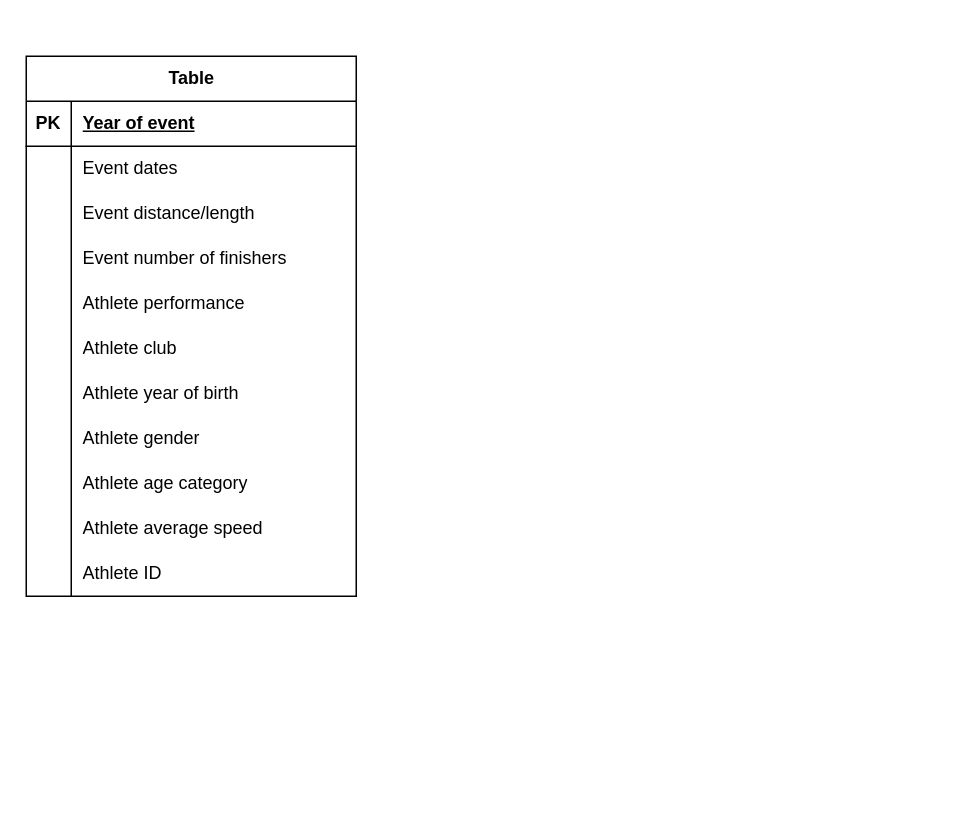
Before: model/Untitled Diagram.drawio in kayikalvin/Ultra_Marathon_USA_Analysis, a draw.io diagram. Source tidied: cells renumbered, new cells numbered last; positions are measured from the earlier drawing's top-left corner, leaving out a move shared by most shapes. Both pictures are drawn from the tidied source at 150%, with x=0, y=0 at pixel (26, 56).
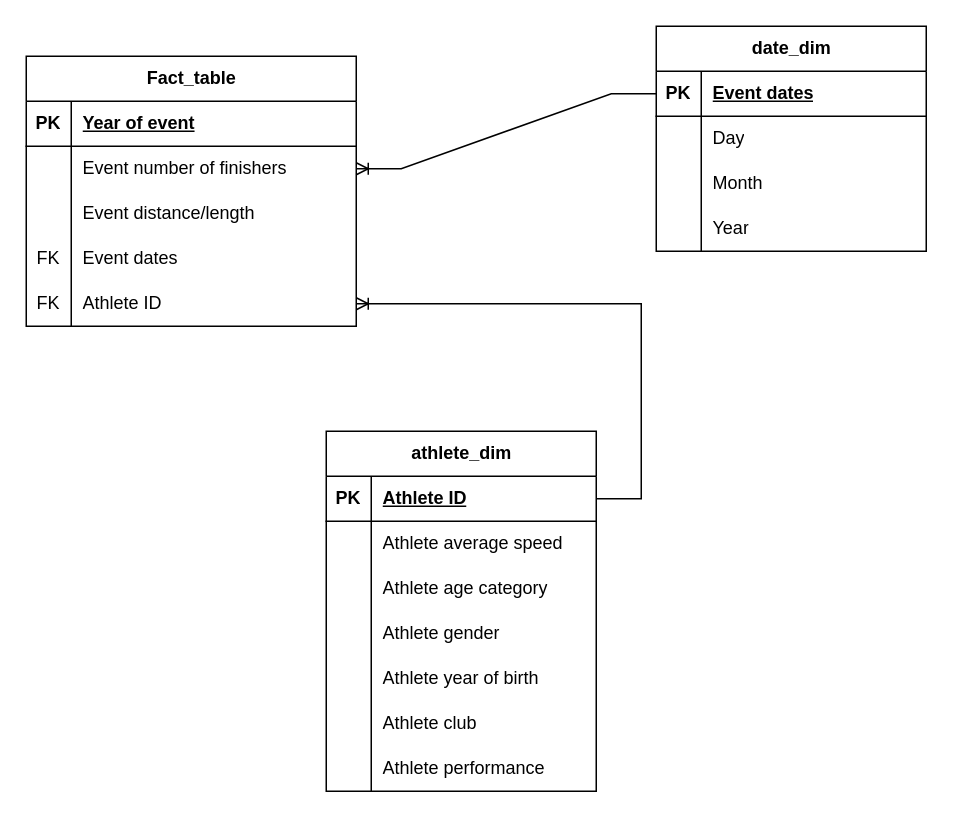
After the change.

Unchanged cells that the change refers to:
```xml
<mxCell id="6" style="shape=tableRow;horizontal=0;startSize=0;swimlaneHead=0;swimlaneBody=0;fillColor=none;points=[[0,0.5],[1,0.5]];portConstraint=eastwest;top=0;left=0;right=0;bottom=0;" parent="2" vertex="1">
  <mxGeometry y="60" width="220" height="30" as="geometry" />
</mxCell>
<mxCell id="12" style="shape=tableRow;horizontal=0;startSize=0;swimlaneHead=0;swimlaneBody=0;fillColor=none;top=0;left=0;right=0;bottom=0;" parent="2" vertex="1">
  <mxGeometry y="120" width="220" height="30" as="geometry" />
</mxCell>
```

Change to the diagram source:
```diff
@@
-    <mxCell id="2" value="Table" style="shape=table;startSize=30;childLayout=tableLayout;rowLines=0;fontStyle=1;align=center;html=1;" parent="1" vertex="1">
-      <mxGeometry width="220" height="360" as="geometry" />
+    <mxCell id="2" value="Fact_table" style="shape=table;startSize=30;childLayout=tableLayout;rowLines=0;fontStyle=1;align=center;html=1;" parent="1" vertex="1">
+      <mxGeometry width="220" height="180" as="geometry" />
     </mxCell>
@@
-    <mxCell id="8" value="Event dates" style="shape=partialRectangle;fillColor=none;top=0;left=0;bottom=0;right=0;align=left;spacingLeft=6;overflow=hidden;whiteSpace=wrap;html=1;" parent="6" vertex="1">
+    <mxCell id="8" value="Event number of finishers" style="shape=partialRectangle;fillColor=none;top=0;left=0;bottom=0;right=0;align=left;spacingLeft=6;overflow=hidden;whiteSpace=wrap;html=1;" parent="6" vertex="1">
       <mxGeometry x="30" width="190" height="30" as="geometry" />
     </mxCell>
@@
-    <mxCell id="13" style="shape=partialRectangle;fillColor=none;top=0;left=0;bottom=0;right=0;overflow=hidden;whiteSpace=wrap;html=1;" parent="12" vertex="1">
+    <mxCell id="13" value="FK" style="shape=partialRectangle;fillColor=none;top=0;left=0;bottom=0;right=0;overflow=hidden;whiteSpace=wrap;html=1;" parent="12" vertex="1">
       <mxGeometry width="30" height="30" as="geometry" />
     </mxCell>
-    <mxCell id="14" value="Event number of finishers" style="shape=partialRectangle;fillColor=none;top=0;left=0;bottom=0;right=0;align=left;spacingLeft=6;overflow=hidden;whiteSpace=wrap;html=1;" parent="12" vertex="1">
+    <mxCell id="14" value="Event dates" style="shape=partialRectangle;fillColor=none;top=0;left=0;bottom=0;right=0;align=left;spacingLeft=6;overflow=hidden;whiteSpace=wrap;html=1;" parent="12" vertex="1">
       <mxGeometry x="30" width="190" height="30" as="geometry" />
     </mxCell>
-    <mxCell id="15" style="shape=tableRow;horizontal=0;startSize=0;swimlaneHead=0;swimlaneBody=0;fillColor=none;top=0;left=0;right=0;bottom=0;" parent="2" vertex="1">
-      <mxGeometry y="150" width="220" height="30" as="geometry" />
-    </mxCell>
-    <mxCell id="16" style="shape=partialRectangle;fillColor=none;top=0;left=0;bottom=0;right=0;overflow=hidden;whiteSpace=wrap;html=1;" parent="15" vertex="1">
-      <mxGeometry width="30" height="30" as="geometry" />
-    </mxCell>
-    <mxCell id="17" value="Athlete performance" style="shape=partialRectangle;fillColor=none;top=0;left=0;bottom=0;right=0;align=left;spacingLeft=6;overflow=hidden;whiteSpace=wrap;html=1;" parent="15" vertex="1">
-      <mxGeometry x="30" width="190" height="30" as="geometry" />
-    </mxCell>
-    <mxCell id="18" style="shape=tableRow;horizontal=0;startSize=0;swimlaneHead=0;swimlaneBody=0;fillColor=none;top=0;left=0;right=0;bottom=0;" parent="2" vertex="1">
-      <mxGeometry y="180" width="220" height="30" as="geometry" />
-    </mxCell>
-    <mxCell id="19" style="shape=partialRectangle;fillColor=none;top=0;left=0;bottom=0;right=0;overflow=hidden;whiteSpace=wrap;html=1;" parent="18" vertex="1">
-      <mxGeometry width="30" height="30" as="geometry" />
-    </mxCell>
-    <mxCell id="20" value="Athlete club" style="shape=partialRectangle;fillColor=none;top=0;left=0;bottom=0;right=0;align=left;spacingLeft=6;overflow=hidden;whiteSpace=wrap;html=1;" parent="18" vertex="1">
-      <mxGeometry x="30" width="190" height="30" as="geometry" />
-    </mxCell>
-    <mxCell id="21" style="shape=tableRow;horizontal=0;startSize=0;swimlaneHead=0;swimlaneBody=0;fillColor=none;top=0;left=0;right=0;bottom=0;" parent="2" vertex="1">
-      <mxGeometry y="210" width="220" height="30" as="geometry" />
-    </mxCell>
-    <mxCell id="22" style="shape=partialRectangle;fillColor=none;top=0;left=0;bottom=0;right=0;overflow=hidden;whiteSpace=wrap;html=1;" parent="21" vertex="1">
-      <mxGeometry width="30" height="30" as="geometry" />
-    </mxCell>
-    <mxCell id="23" value="Athlete year of birth" style="shape=partialRectangle;fillColor=none;top=0;left=0;bottom=0;right=0;align=left;spacingLeft=6;overflow=hidden;whiteSpace=wrap;html=1;" parent="21" vertex="1">
-      <mxGeometry x="30" width="190" height="30" as="geometry" />
-    </mxCell>
-    <mxCell id="24" style="shape=tableRow;horizontal=0;startSize=0;swimlaneHead=0;swimlaneBody=0;fillColor=none;top=0;left=0;right=0;bottom=0;" parent="2" vertex="1">
-      <mxGeometry y="240" width="220" height="30" as="geometry" />
-    </mxCell>
-    <mxCell id="25" style="shape=partialRectangle;fillColor=none;top=0;left=0;bottom=0;right=0;overflow=hidden;whiteSpace=wrap;html=1;" parent="24" vertex="1">
-      <mxGeometry width="30" height="30" as="geometry" />
-    </mxCell>
-    <mxCell id="26" value="Athlete gender" style="shape=partialRectangle;fillColor=none;top=0;left=0;bottom=0;right=0;align=left;spacingLeft=6;overflow=hidden;whiteSpace=wrap;html=1;" parent="24" vertex="1">
-      <mxGeometry x="30" width="190" height="30" as="geometry" />
-    </mxCell>
-    <mxCell id="27" style="shape=tableRow;horizontal=0;startSize=0;swimlaneHead=0;swimlaneBody=0;fillColor=none;top=0;left=0;right=0;bottom=0;" parent="2" vertex="1">
-      <mxGeometry y="270" width="220" height="30" as="geometry" />
-    </mxCell>
-    <mxCell id="28" style="shape=partialRectangle;fillColor=none;top=0;left=0;bottom=0;right=0;overflow=hidden;whiteSpace=wrap;html=1;" parent="27" vertex="1">
-      <mxGeometry width="30" height="30" as="geometry" />
-    </mxCell>
-    <mxCell id="29" value="Athlete age category" style="shape=partialRectangle;fillColor=none;top=0;left=0;bottom=0;right=0;align=left;spacingLeft=6;overflow=hidden;whiteSpace=wrap;html=1;" parent="27" vertex="1">
-      <mxGeometry x="30" width="190" height="30" as="geometry" />
-    </mxCell>
-    <mxCell id="30" style="shape=tableRow;horizontal=0;startSize=0;swimlaneHead=0;swimlaneBody=0;fillColor=none;top=0;left=0;right=0;bottom=0;" parent="2" vertex="1">
-      <mxGeometry y="300" width="220" height="30" as="geometry" />
-    </mxCell>
-    <mxCell id="31" style="shape=partialRectangle;fillColor=none;top=0;left=0;bottom=0;right=0;overflow=hidden;whiteSpace=wrap;html=1;" parent="30" vertex="1">
-      <mxGeometry width="30" height="30" as="geometry" />
-    </mxCell>
-    <mxCell id="32" value="Athlete average speed" style="shape=partialRectangle;fillColor=none;top=0;left=0;bottom=0;right=0;align=left;spacingLeft=6;overflow=hidden;whiteSpace=wrap;html=1;" parent="30" vertex="1">
-      <mxGeometry x="30" width="190" height="30" as="geometry" />
-    </mxCell>
     <mxCell id="33" style="shape=tableRow;horizontal=0;startSize=0;swimlaneHead=0;swimlaneBody=0;fillColor=none;points=[[0,0.5],[1,0.5]];portConstraint=eastwest;top=0;left=0;right=0;bottom=0;" parent="2" vertex="1">
-      <mxGeometry y="330" width="220" height="30" as="geometry" />
+      <mxGeometry y="150" width="220" height="30" as="geometry" />
     </mxCell>
-    <mxCell id="34" style="shape=partialRectangle;fillColor=none;top=0;left=0;bottom=0;right=0;overflow=hidden;whiteSpace=wrap;html=1;" parent="33" vertex="1">
+    <mxCell id="34" value="FK" style="shape=partialRectangle;fillColor=none;top=0;left=0;bottom=0;right=0;overflow=hidden;whiteSpace=wrap;html=1;" parent="33" vertex="1">
       <mxGeometry width="30" height="30" as="geometry" />
     </mxCell>
@@
+    <mxCell id="36" value="athlete_dim" style="shape=table;startSize=30;childLayout=tableLayout;rowLines=0;fontStyle=1;align=center;html=1;" parent="1" vertex="1">
+      <mxGeometry x="200" y="250" width="180" height="240" as="geometry" />
+    </mxCell>
+    <mxCell id="37" style="shape=tableRow;horizontal=0;startSize=0;swimlaneHead=0;swimlaneBody=0;fillColor=none;points=[[0,0.5],[1,0.5]];portConstraint=eastwest;top=0;left=0;right=0;bottom=1;" parent="36" vertex="1">
+      <mxGeometry y="30" width="180" height="30" as="geometry" />
+    </mxCell>
+    <mxCell id="38" value="PK" style="shape=partialRectangle;fillColor=none;top=0;left=0;bottom=0;right=0;fontStyle=1;overflow=hidden;whiteSpace=wrap;html=1;" parent="37" vertex="1">
+      <mxGeometry width="30" height="30" as="geometry" />
+    </mxCell>
+    <mxCell id="39" value="Athlete ID" style="shape=partialRectangle;fillColor=none;top=0;left=0;bottom=0;right=0;align=left;spacingLeft=6;fontStyle=5;overflow=hidden;whiteSpace=wrap;html=1;" parent="37" vertex="1">
+      <mxGeometry x="30" width="150" height="30" as="geometry" />
+    </mxCell>
+    <mxCell id="40" style="shape=tableRow;horizontal=0;startSize=0;swimlaneHead=0;swimlaneBody=0;fillColor=none;top=0;left=0;right=0;bottom=0;" parent="36" vertex="1">
+      <mxGeometry y="60" width="180" height="30" as="geometry" />
+    </mxCell>
+    <mxCell id="41" style="shape=partialRectangle;fillColor=none;top=0;left=0;bottom=0;right=0;overflow=hidden;whiteSpace=wrap;html=1;" parent="40" vertex="1">
+      <mxGeometry width="30" height="30" as="geometry" />
+    </mxCell>
+    <mxCell id="32" value="Athlete average speed" style="shape=partialRectangle;fillColor=none;top=0;left=0;bottom=0;right=0;align=left;spacingLeft=6;overflow=hidden;whiteSpace=wrap;html=1;" parent="40" vertex="1">
+      <mxGeometry x="30" width="150" height="30" as="geometry" />
+    </mxCell>
+    <mxCell id="42" style="shape=tableRow;horizontal=0;startSize=0;swimlaneHead=0;swimlaneBody=0;fillColor=none;top=0;left=0;right=0;bottom=0;" parent="36" vertex="1">
+      <mxGeometry y="90" width="180" height="30" as="geometry" />
+    </mxCell>
+    <mxCell id="43" style="shape=partialRectangle;fillColor=none;top=0;left=0;bottom=0;right=0;overflow=hidden;whiteSpace=wrap;html=1;" parent="42" vertex="1">
+      <mxGeometry width="30" height="30" as="geometry" />
+    </mxCell>
+    <mxCell id="29" value="Athlete age category" style="shape=partialRectangle;fillColor=none;top=0;left=0;bottom=0;right=0;align=left;spacingLeft=6;overflow=hidden;whiteSpace=wrap;html=1;" parent="42" vertex="1">
+      <mxGeometry x="30" width="150" height="30" as="geometry" />
+    </mxCell>
+    <mxCell id="44" style="shape=tableRow;horizontal=0;startSize=0;swimlaneHead=0;swimlaneBody=0;fillColor=none;top=0;left=0;right=0;bottom=0;" parent="36" vertex="1">
+      <mxGeometry y="120" width="180" height="30" as="geometry" />
+    </mxCell>
+    <mxCell id="45" style="shape=partialRectangle;fillColor=none;top=0;left=0;bottom=0;right=0;overflow=hidden;whiteSpace=wrap;html=1;" parent="44" vertex="1">
+      <mxGeometry width="30" height="30" as="geometry" />
+    </mxCell>
+    <mxCell id="26" value="Athlete gender" style="shape=partialRectangle;fillColor=none;top=0;left=0;bottom=0;right=0;align=left;spacingLeft=6;overflow=hidden;whiteSpace=wrap;html=1;" parent="44" vertex="1">
+      <mxGeometry x="30" width="150" height="30" as="geometry" />
+    </mxCell>
+    <mxCell id="46" style="shape=tableRow;horizontal=0;startSize=0;swimlaneHead=0;swimlaneBody=0;fillColor=none;top=0;left=0;right=0;bottom=0;" parent="36" vertex="1">
+      <mxGeometry y="150" width="180" height="30" as="geometry" />
+    </mxCell>
+    <mxCell id="47" style="shape=partialRectangle;fillColor=none;top=0;left=0;bottom=0;right=0;overflow=hidden;whiteSpace=wrap;html=1;" parent="46" vertex="1">
+      <mxGeometry width="30" height="30" as="geometry" />
+    </mxCell>
+    <mxCell id="23" value="Athlete year of birth" style="shape=partialRectangle;fillColor=none;top=0;left=0;bottom=0;right=0;align=left;spacingLeft=6;overflow=hidden;whiteSpace=wrap;html=1;" parent="46" vertex="1">
+      <mxGeometry x="30" width="150" height="30" as="geometry" />
+    </mxCell>
+    <mxCell id="48" style="shape=tableRow;horizontal=0;startSize=0;swimlaneHead=0;swimlaneBody=0;fillColor=none;top=0;left=0;right=0;bottom=0;" parent="36" vertex="1">
+      <mxGeometry y="180" width="180" height="30" as="geometry" />
+    </mxCell>
+    <mxCell id="49" style="shape=partialRectangle;fillColor=none;top=0;left=0;bottom=0;right=0;overflow=hidden;whiteSpace=wrap;html=1;" parent="48" vertex="1">
+      <mxGeometry width="30" height="30" as="geometry" />
+    </mxCell>
+    <mxCell id="20" value="Athlete club" style="shape=partialRectangle;fillColor=none;top=0;left=0;bottom=0;right=0;align=left;spacingLeft=6;overflow=hidden;whiteSpace=wrap;html=1;" parent="48" vertex="1">
+      <mxGeometry x="30" width="150" height="30" as="geometry" />
+    </mxCell>
+    <mxCell id="50" style="shape=tableRow;horizontal=0;startSize=0;swimlaneHead=0;swimlaneBody=0;fillColor=none;top=0;left=0;right=0;bottom=0;" parent="36" vertex="1">
+      <mxGeometry y="210" width="180" height="30" as="geometry" />
+    </mxCell>
+    <mxCell id="51" style="shape=partialRectangle;fillColor=none;top=0;left=0;bottom=0;right=0;overflow=hidden;whiteSpace=wrap;html=1;" parent="50" vertex="1">
+      <mxGeometry width="30" height="30" as="geometry" />
+    </mxCell>
+    <mxCell id="17" value="Athlete performance" style="shape=partialRectangle;fillColor=none;top=0;left=0;bottom=0;right=0;align=left;spacingLeft=6;overflow=hidden;whiteSpace=wrap;html=1;" parent="50" vertex="1">
+      <mxGeometry x="30" width="150" height="30" as="geometry" />
+    </mxCell>
+    <mxCell id="52" style="edgeStyle=entityRelationEdgeStyle;fontSize=12;html=1;endArrow=ERoneToMany;rounded=0;" parent="1" edge="1" source="37" target="33">
+      <mxGeometry relative="1" as="geometry" />
+    </mxCell>
+    <mxCell id="53" value="date_dim" style="shape=table;startSize=30;childLayout=tableLayout;rowLines=0;fontStyle=1;align=center;html=1;" parent="1" vertex="1">
+      <mxGeometry x="420" y="-20" width="180" height="150" as="geometry" />
+    </mxCell>
+    <mxCell id="54" style="shape=tableRow;horizontal=0;startSize=0;swimlaneHead=0;swimlaneBody=0;fillColor=none;points=[[0,0.5],[1,0.5]];portConstraint=eastwest;top=0;left=0;right=0;bottom=1;" parent="53" vertex="1">
+      <mxGeometry y="30" width="180" height="30" as="geometry" />
+    </mxCell>
+    <mxCell id="55" value="PK" style="shape=partialRectangle;fillColor=none;top=0;left=0;bottom=0;right=0;fontStyle=1;overflow=hidden;whiteSpace=wrap;html=1;" parent="54" vertex="1">
+      <mxGeometry width="30" height="30" as="geometry" />
+    </mxCell>
+    <mxCell id="56" value="Event dates" style="shape=partialRectangle;fillColor=none;top=0;left=0;bottom=0;right=0;align=left;spacingLeft=6;fontStyle=5;overflow=hidden;whiteSpace=wrap;html=1;" parent="54" vertex="1">
+      <mxGeometry x="30" width="150" height="30" as="geometry" />
+    </mxCell>
+    <mxCell id="57" style="shape=tableRow;horizontal=0;startSize=0;swimlaneHead=0;swimlaneBody=0;fillColor=none;top=0;left=0;right=0;bottom=0;" parent="53" vertex="1">
+      <mxGeometry y="60" width="180" height="30" as="geometry" />
+    </mxCell>
+    <mxCell id="58" style="shape=partialRectangle;fillColor=none;top=0;left=0;bottom=0;right=0;overflow=hidden;whiteSpace=wrap;html=1;" parent="57" vertex="1">
+      <mxGeometry width="30" height="30" as="geometry" />
+    </mxCell>
+    <mxCell id="59" value="Day" style="shape=partialRectangle;fillColor=none;top=0;left=0;bottom=0;right=0;align=left;spacingLeft=6;overflow=hidden;whiteSpace=wrap;html=1;" parent="57" vertex="1">
+      <mxGeometry x="30" width="150" height="30" as="geometry" />
+    </mxCell>
+    <mxCell id="60" style="shape=tableRow;horizontal=0;startSize=0;swimlaneHead=0;swimlaneBody=0;fillColor=none;top=0;left=0;right=0;bottom=0;" parent="53" vertex="1">
+      <mxGeometry y="90" width="180" height="30" as="geometry" />
+    </mxCell>
+    <mxCell id="61" style="shape=partialRectangle;fillColor=none;top=0;left=0;bottom=0;right=0;overflow=hidden;whiteSpace=wrap;html=1;" parent="60" vertex="1">
+      <mxGeometry width="30" height="30" as="geometry" />
+    </mxCell>
+    <mxCell id="62" value="Month" style="shape=partialRectangle;fillColor=none;top=0;left=0;bottom=0;right=0;align=left;spacingLeft=6;overflow=hidden;whiteSpace=wrap;html=1;" parent="60" vertex="1">
+      <mxGeometry x="30" width="150" height="30" as="geometry" />
+    </mxCell>
+    <mxCell id="63" style="shape=tableRow;horizontal=0;startSize=0;swimlaneHead=0;swimlaneBody=0;fillColor=none;top=0;left=0;right=0;bottom=0;" parent="53" vertex="1">
+      <mxGeometry y="120" width="180" height="30" as="geometry" />
+    </mxCell>
+    <mxCell id="64" style="shape=partialRectangle;fillColor=none;top=0;left=0;bottom=0;right=0;overflow=hidden;whiteSpace=wrap;html=1;" parent="63" vertex="1">
+      <mxGeometry width="30" height="30" as="geometry" />
+    </mxCell>
+    <mxCell id="65" value="Year" style="shape=partialRectangle;fillColor=none;top=0;left=0;bottom=0;right=0;align=left;spacingLeft=6;overflow=hidden;whiteSpace=wrap;html=1;" parent="63" vertex="1">
+      <mxGeometry x="30" width="150" height="30" as="geometry" />
+    </mxCell>
+    <mxCell id="66" style="edgeStyle=entityRelationEdgeStyle;fontSize=12;html=1;endArrow=ERoneToMany;rounded=0;exitX=0;exitY=0.5;exitDx=0;exitDy=0;" parent="1" edge="1" source="54" target="6">
+      <mxGeometry relative="1" as="geometry" />
+    </mxCell>
```
